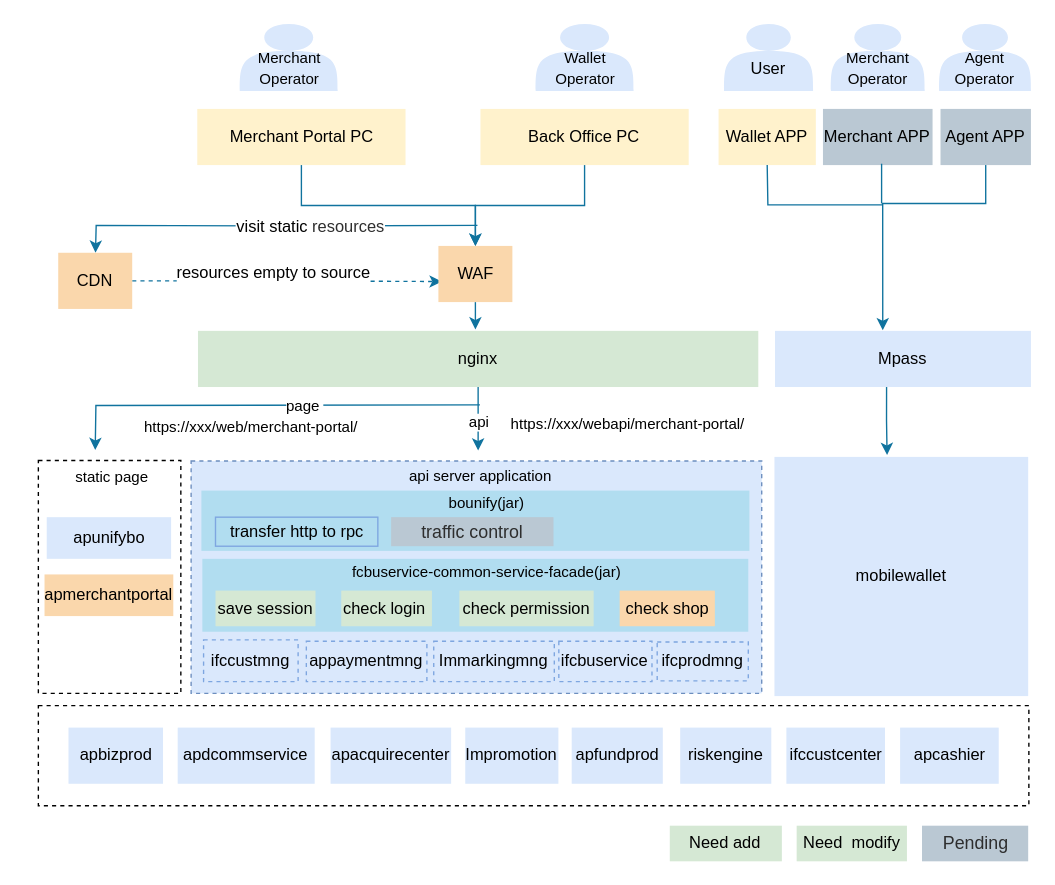
Before: Merchant portal.drawio in renqiuming/drawio, a draw.io diagram. Source tidied: cells renumbered, new cells numbered last; positions are measured from the earlier drawing's top-left corner, leaving out a move shared by most shapes. Both pictures are drawn from the tidied source at 137%, with x=0, y=0 at pixel (22, 23).
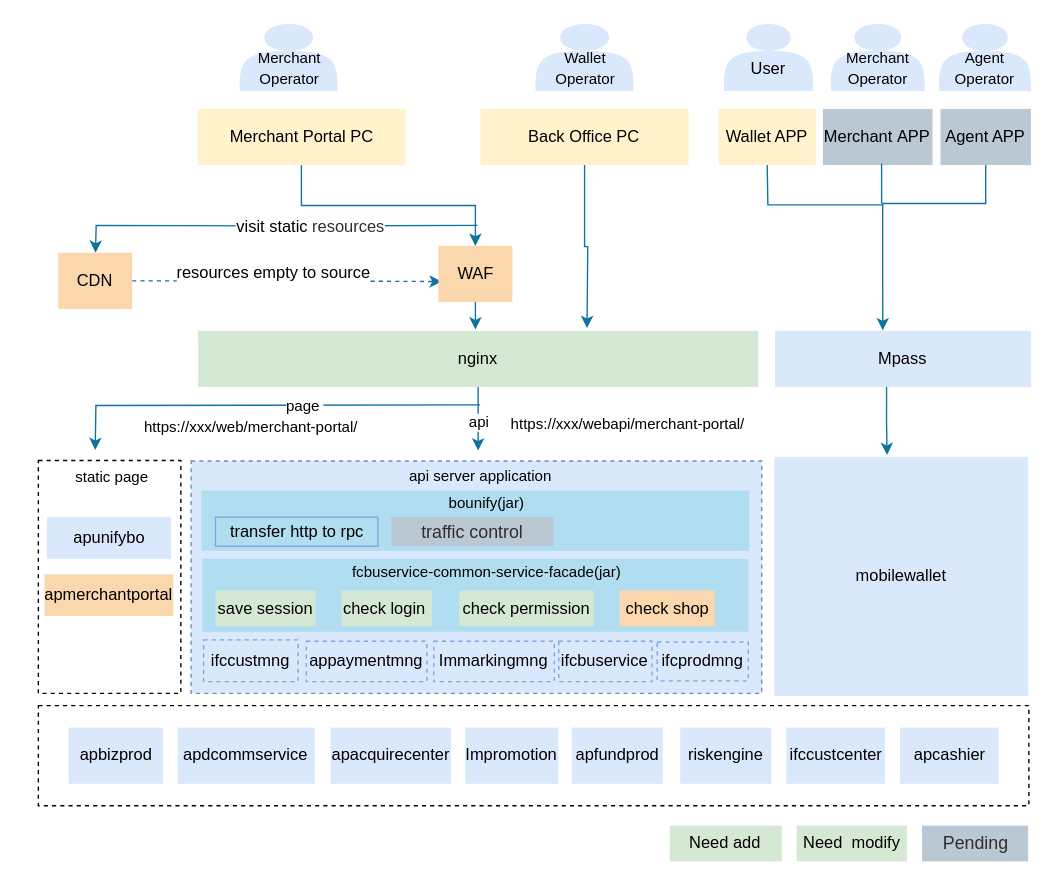
Above is the later version.

Unchanged cells that the change refers to:
```xml
<mxCell id="33" value="&lt;div style=&quot;text-align: start;&quot;&gt;&lt;span style=&quot;caret-color: rgb(46, 46, 46);&quot;&gt;Back Office PC&lt;/span&gt;&lt;/div&gt;" style="rounded=0;whiteSpace=wrap;html=1;fillColor=#fff2cc;strokeColor=none;" parent="1" vertex="1">
  <mxGeometry x="334.2" y="62" width="152" height="41" as="geometry" />
</mxCell>
<mxCell id="61" value="WAF" style="rounded=0;whiteSpace=wrap;html=1;fillColor=#fad7ac;strokeColor=none;" parent="1" vertex="1">
  <mxGeometry x="303.5" y="162" width="54" height="41" as="geometry" />
</mxCell>
```

What changed in the source:
```diff
@@
-    <mxCell id="32" style="edgeStyle=orthogonalEdgeStyle;rounded=0;jettySize=auto;html=1;entryX=0.5;entryY=0;entryDx=0;entryDy=0;strokeColor=#10739e;fontSize=12;fillColor=#b1ddf0;" parent="1" edge="1" source="33" target="61">
-      <mxGeometry relative="1" as="geometry" />
+    <mxCell id="32" style="edgeStyle=orthogonalEdgeStyle;rounded=0;jettySize=auto;html=1;strokeColor=#10739e;fontSize=12;fillColor=#b1ddf0;" parent="1" edge="1" source="33">
+      <mxGeometry relative="1" as="geometry">
+        <mxPoint x="412" y="222" as="targetPoint" />
+      </mxGeometry>
     </mxCell>
```
